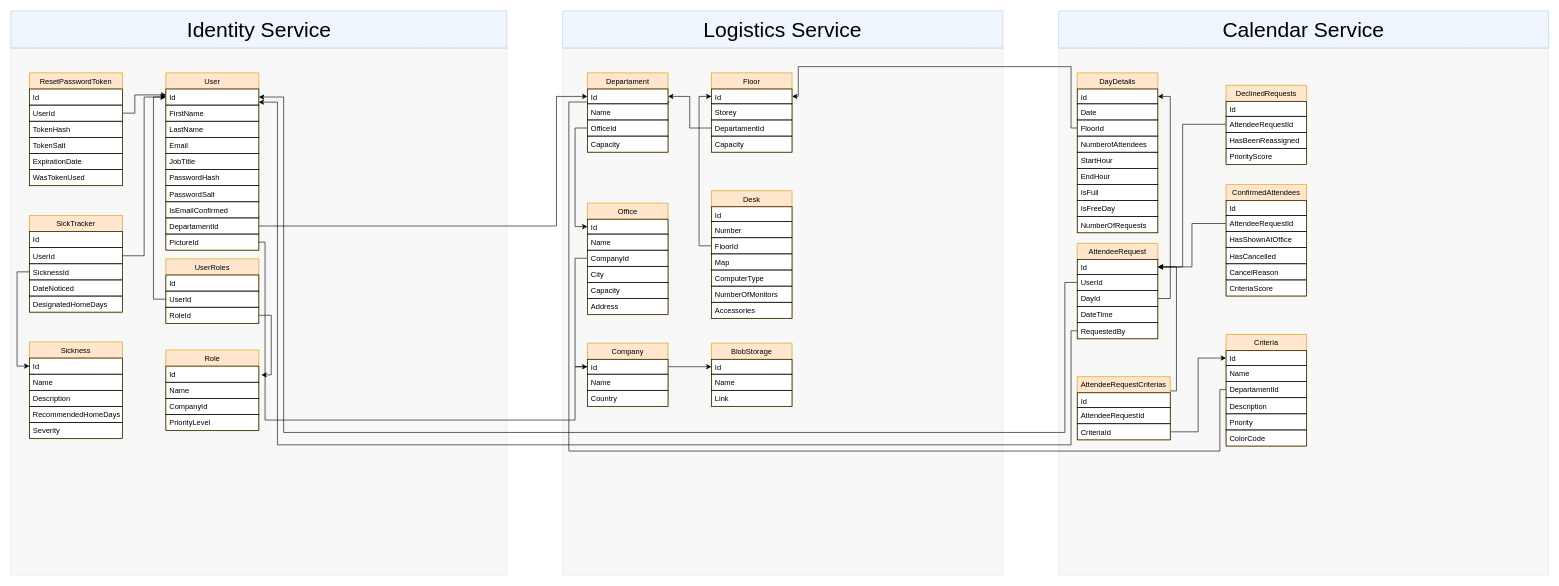
The draw.io diagram Koala DB.drawio in dariusmunteanu/Diagrams, before the edit. Source tidied: cells renumbered, new cells numbered last; positions are measured from the earlier drawing's top-left corner, leaving out a move shared by most shapes. Both pictures are drawn from the tidied source at 62%, with x=0, y=0 at pixel (11, 11).
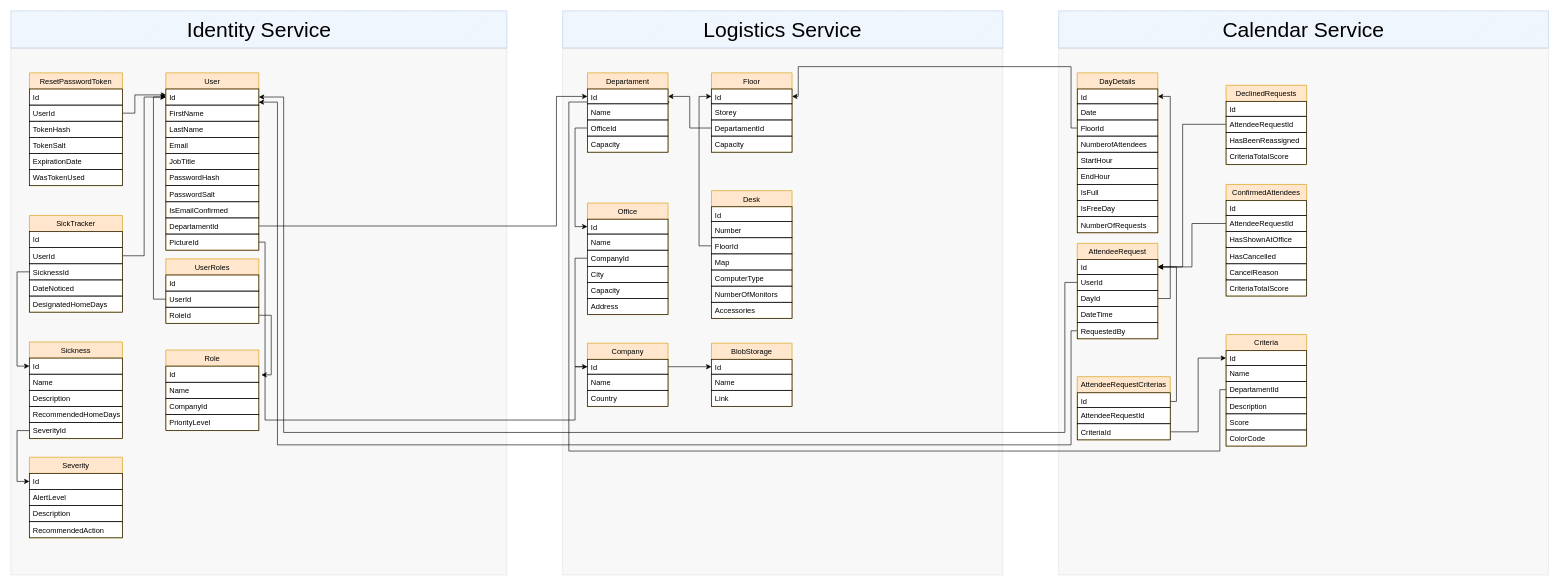
The same diagram, later.

Unchanged cells that the change refers to:
```xml
<mxCell id="103" value="Id" style="text;fillColor=none;align=left;verticalAlign=top;spacingLeft=4;spacingRight=4;overflow=hidden;points=[[0,0.5],[1,0.5]];portConstraint=eastwest;strokeColor=#000000;" parent="102" vertex="1">
  <mxGeometry y="26" width="130" height="24" as="geometry" />
</mxCell>
<mxCell id="108" value="ConfirmedAttendees" style="swimlane;fontStyle=0;horizontal=1;startSize=26;fillColor=#ffe6cc;swimlaneFillColor=#ffffff;rounded=0;strokeColor=#d79b00;" parent="1" vertex="1">
  <mxGeometry x="1960" y="280" width="130" height="180" as="geometry" />
</mxCell>
<mxCell id="115" value="DeclinedRequests" style="swimlane;fontStyle=0;horizontal=1;startSize=26;fillColor=#ffe6cc;swimlaneFillColor=#ffffff;rounded=0;strokeColor=#d79b00;" parent="1" vertex="1">
  <mxGeometry x="1960" y="120" width="130" height="128" as="geometry" />
</mxCell>
<mxCell id="122" value="AttendeeRequestId" style="text;fillColor=none;align=left;verticalAlign=top;spacingLeft=4;spacingRight=4;overflow=hidden;points=[[0,0.5],[1,0.5]];portConstraint=eastwest;strokeColor=#000000;" parent="120" vertex="1">
  <mxGeometry y="50" width="150" height="26" as="geometry" />
</mxCell>
<mxCell id="124" value="Criteria" style="swimlane;fontStyle=0;horizontal=1;startSize=26;fillColor=#ffe6cc;swimlaneFillColor=#ffffff;rounded=0;strokeColor=#d79b00;" parent="1" vertex="1">
  <mxGeometry x="1960" y="522" width="130" height="180" as="geometry" />
</mxCell>
<mxCell id="131" value="Sickness" style="swimlane;fontStyle=0;horizontal=1;startSize=26;fillColor=#ffe6cc;swimlaneFillColor=#ffffff;rounded=0;strokeColor=#d79b00;" parent="1" vertex="1">
  <mxGeometry x="30" y="534" width="150" height="156" as="geometry" />
</mxCell>
```

Change to the diagram source:
```diff
@@
     <mxCell id="39" style="edgeStyle=orthogonalEdgeStyle;rounded=0;jettySize=auto;html=1;entryX=1;entryY=0.5;entryDx=0;entryDy=0;fontSize=34;" parent="1" edge="1" source="122" target="103">
       <mxGeometry relative="1" as="geometry">
         <Array as="points">
-          <mxPoint x="1880" y="613" />
+          <mxPoint x="1795" y="630" />
+          <mxPoint x="1880" y="630" />
           <mxPoint x="1880" y="413" />
         </Array>
       </mxGeometry>
     </mxCell>
@@
-    <mxCell id="114" value="CriteriaScore" style="text;fillColor=none;align=left;verticalAlign=top;spacingLeft=4;spacingRight=4;overflow=hidden;strokeColor=#000000;" parent="108" vertex="1">
+    <mxCell id="114" value="CriteriaTotalScore" style="text;fillColor=none;align=left;verticalAlign=top;spacingLeft=4;spacingRight=4;overflow=hidden;strokeColor=#000000;" parent="108" vertex="1">
       <mxGeometry y="154" width="130" height="26" as="geometry" />
     </mxCell>
@@
-    <mxCell id="119" value="PriorityScore" style="text;fillColor=none;align=left;verticalAlign=top;spacingLeft=4;spacingRight=4;overflow=hidden;strokeColor=#000000;" parent="115" vertex="1">
+    <mxCell id="119" value="CriteriaTotalScore" style="text;fillColor=none;align=left;verticalAlign=top;spacingLeft=4;spacingRight=4;overflow=hidden;strokeColor=#000000;" parent="115" vertex="1">
       <mxGeometry y="102" width="130" height="26" as="geometry" />
     </mxCell>
@@
-    <mxCell id="129" value="Priority" style="text;fillColor=none;align=left;verticalAlign=top;spacingLeft=4;spacingRight=4;overflow=hidden;strokeColor=#000000;" parent="124" vertex="1">
+    <mxCell id="129" value="Score" style="text;fillColor=none;align=left;verticalAlign=top;spacingLeft=4;spacingRight=4;overflow=hidden;strokeColor=#000000;" parent="124" vertex="1">
       <mxGeometry y="128" width="130" height="26" as="geometry" />
     </mxCell>
@@
-    <mxCell id="136" value="Severity" style="text;fillColor=none;align=left;verticalAlign=top;spacingLeft=4;spacingRight=4;overflow=hidden;points=[[0,0.5],[1,0.5]];portConstraint=eastwest;strokeColor=#000000;" parent="131" vertex="1">
+    <mxCell id="136" value="SeverityId" style="text;fillColor=none;align=left;verticalAlign=top;spacingLeft=4;spacingRight=4;overflow=hidden;points=[[0,0.5],[1,0.5]];portConstraint=eastwest;strokeColor=#000000;" parent="131" vertex="1">
       <mxGeometry y="130" width="150" height="26" as="geometry" />
     </mxCell>
@@
+    <mxCell id="142" value="Severity" style="swimlane;fontStyle=0;horizontal=1;startSize=26;fillColor=#ffe6cc;swimlaneFillColor=#ffffff;rounded=0;strokeColor=#d79b00;" parent="1" vertex="1">
+      <mxGeometry x="30" y="720" width="150" height="130" as="geometry" />
+    </mxCell>
+    <mxCell id="143" value="Id" style="text;fillColor=none;align=left;verticalAlign=top;spacingLeft=4;spacingRight=4;overflow=hidden;points=[[0,0.5],[1,0.5]];portConstraint=eastwest;strokeColor=#000000;" parent="142" vertex="1">
+      <mxGeometry y="26" width="150" height="26" as="geometry" />
+    </mxCell>
+    <mxCell id="144" value="AlertLevel" style="text;fillColor=none;align=left;verticalAlign=top;spacingLeft=4;spacingRight=4;overflow=hidden;strokeColor=#000000;" parent="142" vertex="1">
+      <mxGeometry y="52" width="150" height="26" as="geometry" />
+    </mxCell>
+    <mxCell id="145" value="Description" style="text;fillColor=none;align=left;verticalAlign=top;spacingLeft=4;spacingRight=4;overflow=hidden;strokeColor=#000000;" parent="142" vertex="1">
+      <mxGeometry y="78" width="150" height="26" as="geometry" />
+    </mxCell>
+    <mxCell id="146" value="RecommendedAction" style="text;fillColor=none;align=left;verticalAlign=top;spacingLeft=4;spacingRight=4;overflow=hidden;strokeColor=#000000;" parent="142" vertex="1">
+      <mxGeometry y="104" width="150" height="26" as="geometry" />
+    </mxCell>
+    <mxCell id="147" style="edgeStyle=orthogonalEdgeStyle;rounded=0;jettySize=auto;html=1;entryX=0;entryY=0.5;entryDx=0;entryDy=0;" parent="1" edge="1" source="136" target="143">
+      <mxGeometry relative="1" as="geometry" />
+    </mxCell>
```
